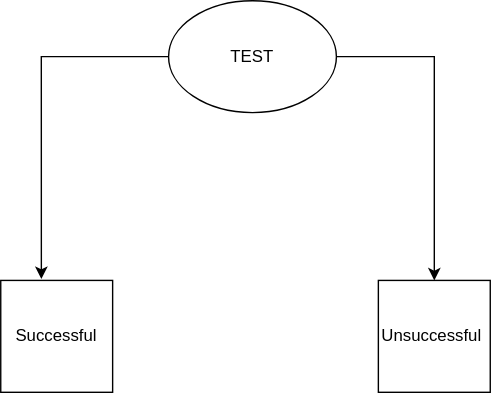
abhinavrana101/Notes keeps this draw.io diagram as Untitled Diagram.drawio.svg. Above is the earlier version. Source tidied: cells renumbered, new cells last; positions are measured from the earlier drawing's top-left corner, leaving out a move shared by most shapes.
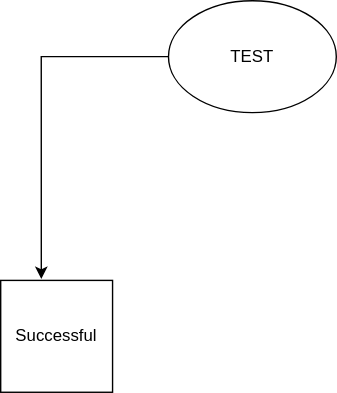
After the change.

Diff of the diagram source:
```diff
@@ -2,9 +2,6 @@
   <root>
     <mxCell id="0" />
     <mxCell id="1" parent="0" />
-    <mxCell id="2" style="edgeStyle=orthogonalEdgeStyle;rounded=0;jettySize=auto;html=1;entryX=0.5;entryY=0;entryDx=0;entryDy=0;" parent="1" edge="1" source="4" target="6">
-      <mxGeometry relative="1" as="geometry" />
-    </mxCell>
     <mxCell id="3" style="edgeStyle=orthogonalEdgeStyle;rounded=0;jettySize=auto;html=1;entryX=0.363;entryY=-0.012;entryDx=0;entryDy=0;entryPerimeter=0;" parent="1" edge="1" source="4" target="5">
       <mxGeometry relative="1" as="geometry" />
     </mxCell>
@@ -14,8 +11,5 @@
     <mxCell id="5" value="Successful" style="whiteSpace=wrap;html=1;" parent="1" vertex="1">
       <mxGeometry y="200" width="80" height="80" as="geometry" />
     </mxCell>
-    <mxCell id="6" value="Unsuccessful&amp;nbsp;" style="whiteSpace=wrap;html=1;" parent="1" vertex="1">
-      <mxGeometry x="270" y="200" width="80" height="80" as="geometry" />
-    </mxCell>
   </root>
 </mxGraphModel>
```
